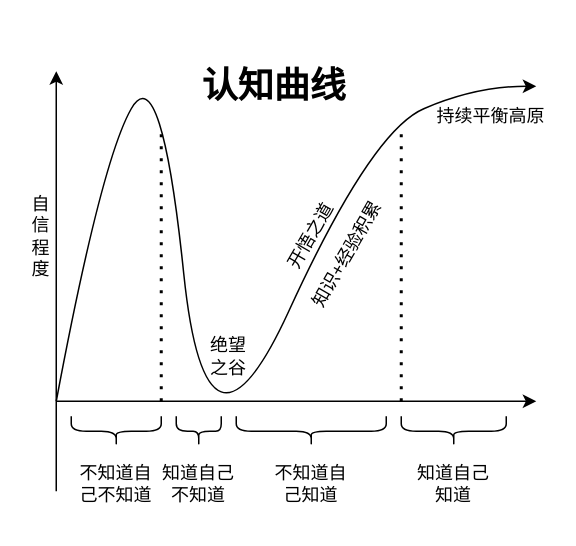
xc872/online_draw keeps this draw.io diagram as page "第 2 页" (2 of 2) of test.drawio. Above is the earlier version. Source tidied: cells renumbered, new cells numbered last; positions are measured from the earlier drawing's top-left corner, leaving out a move shared by most shapes. Both pictures are drawn from the tidied source at 150%, with x=0, y=0 at pixel (26, 56).
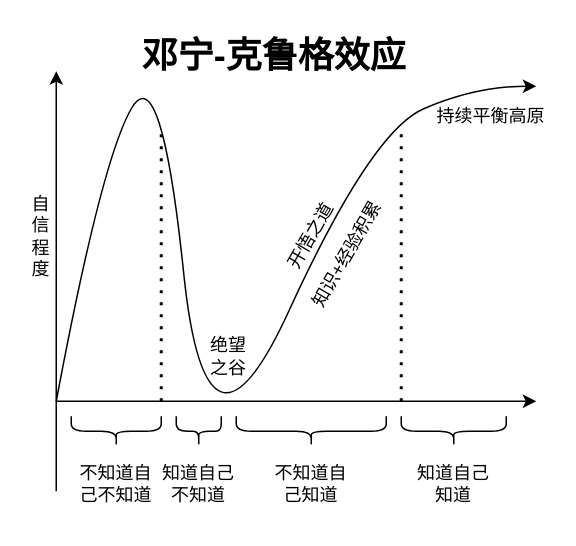
The same diagram, later.

What changed in the source:
```diff
@@
-    <mxCell id="20" value="认知曲线" style="text;strokeColor=none;fillColor=none;html=1;fontSize=24;fontStyle=1;verticalAlign=middle;align=center;" parent="1" vertex="1">
-      <mxGeometry x="115" width="100" height="40" as="geometry" />
+    <mxCell id="20" value="邓宁-克鲁格效应&lt;br&gt;" style="text;strokeColor=none;fillColor=none;html=1;fontSize=24;fontStyle=1;verticalAlign=middle;align=center;" parent="1" vertex="1">
+      <mxGeometry x="115" y="-20" width="100" height="40" as="geometry" />
     </mxCell>
```
